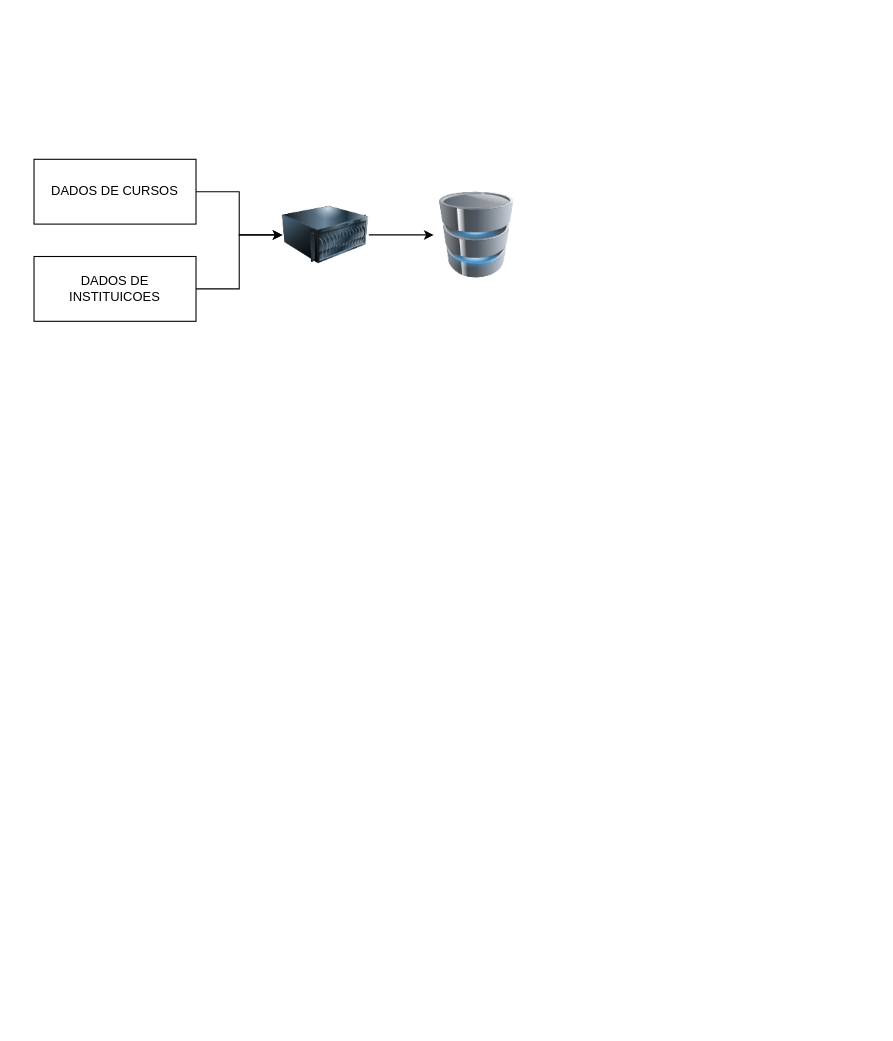
Before: arquitetura/arquitetura.drawio in brunoluz/senac-arquitetura-big-data, a draw.io diagram. Source tidied: cells renumbered, new cells numbered last; positions are measured from the earlier drawing's top-left corner, leaving out a move shared by most shapes. Both pictures are drawn from the tidied source at 108%, with x=0, y=0 at pixel (33, 159).
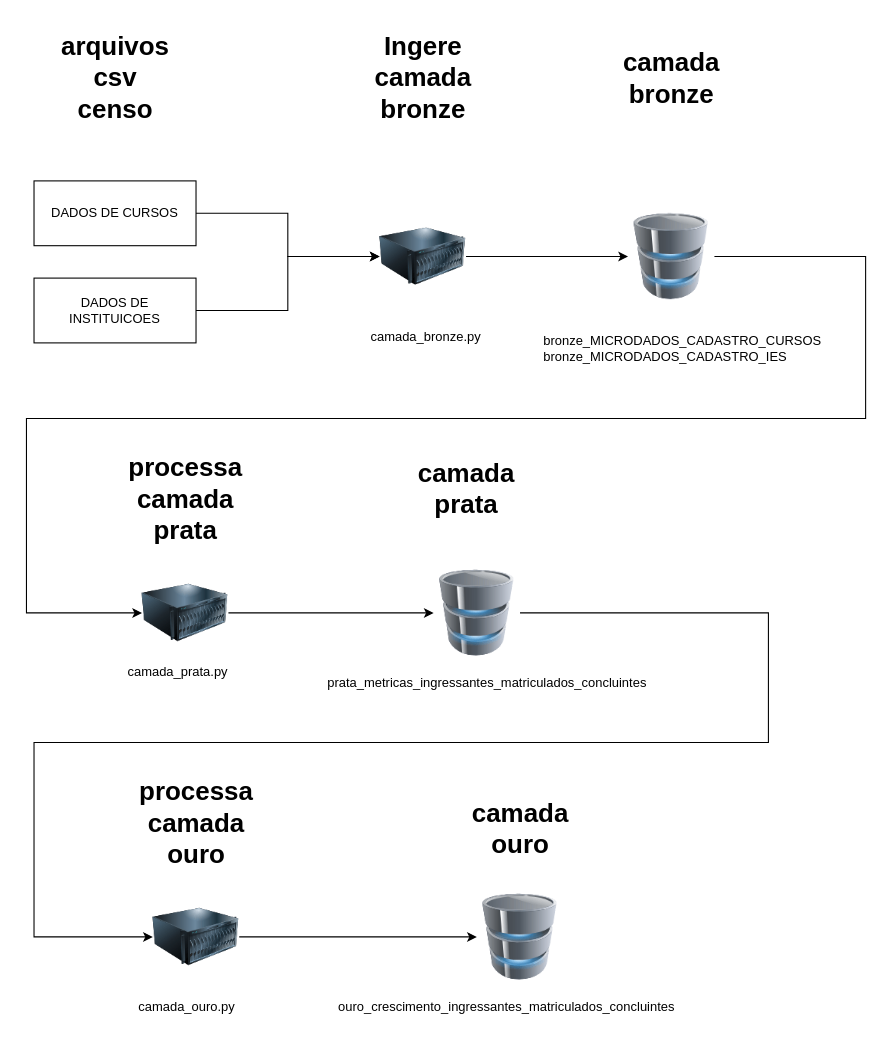
Above is the later version.

What changed in the source:
```diff
@@
     <mxCell id="3" value="DADOS DE CURSOS" style="rounded=0;whiteSpace=wrap;html=1;" parent="1" vertex="1">
-      <mxGeometry width="150" height="60" as="geometry" />
+      <mxGeometry y="20" width="150" height="60" as="geometry" />
     </mxCell>
@@
     <mxCell id="5" value="DADOS DE INSTITUICOES" style="rounded=0;whiteSpace=wrap;html=1;" parent="1" vertex="1">
-      <mxGeometry y="90" width="150" height="60" as="geometry" />
+      <mxGeometry y="110" width="150" height="60" as="geometry" />
     </mxCell>
@@
     <mxCell id="7" style="image;html=1;image=img/lib/clip_art/computers/Server_128x128.png;" parent="1" vertex="1">
-      <mxGeometry x="230" y="30" width="80" height="80" as="geometry" />
+      <mxGeometry x="320" y="50" width="80" height="80" as="geometry" />
     </mxCell>
+    <mxCell id="9" style="edgeStyle=orthogonalEdgeStyle;rounded=0;jettySize=auto;html=1;entryX=0;entryY=0.5;entryDx=0;entryDy=0;exitX=1;exitY=0.5;exitDx=0;exitDy=0;" parent="1" edge="1" source="8" target="16">
+      <mxGeometry relative="1" as="geometry">
+        <Array as="points">
+          <mxPoint x="770" y="90" />
+          <mxPoint x="770" y="240" />
+          <mxPoint x="-7" y="240" />
+          <mxPoint x="-7" y="420" />
+        </Array>
+      </mxGeometry>
+    </mxCell>
     <mxCell id="8" style="image;html=1;image=img/lib/clip_art/computers/Database_128x128.png;" parent="1" vertex="1">
-      <mxGeometry x="370" y="30" width="80" height="80" as="geometry" />
+      <mxGeometry x="550" y="50" width="80" height="80" as="geometry" />
     </mxCell>
+    <mxCell id="10" value="Ingere&lt;br&gt;camada&lt;br&gt;bronze" style="text;strokeColor=none;fillColor=none;html=1;fontSize=24;fontStyle=1;verticalAlign=middle;align=center;" parent="1" vertex="1">
+      <mxGeometry x="310" y="-130" width="100" height="110" as="geometry" />
+    </mxCell>
+    <mxCell id="11" value="arquivos&lt;br&gt;csv&lt;br&gt;censo" style="text;strokeColor=none;fillColor=none;html=1;fontSize=24;fontStyle=1;verticalAlign=middle;align=center;" parent="1" vertex="1">
+      <mxGeometry x="12.5" y="-130" width="125" height="110" as="geometry" />
+    </mxCell>
+    <mxCell id="12" value="camada&lt;br&gt;bronze" style="text;strokeColor=none;fillColor=none;html=1;fontSize=24;fontStyle=1;verticalAlign=middle;align=center;" parent="1" vertex="1">
+      <mxGeometry x="540" y="-130" width="100" height="110" as="geometry" />
+    </mxCell>
+    <mxCell id="13" value="&lt;div&gt;bronze_MICRODADOS_CADASTRO_CURSOS&lt;/div&gt;&lt;div&gt;bronze_MICRODADOS_CADASTRO_IES&lt;/div&gt;" style="text;html=1;strokeColor=none;fillColor=none;align=left;verticalAlign=middle;whiteSpace=wrap;rounded=0;" parent="1" vertex="1">
+      <mxGeometry x="470" y="160" width="280" height="30" as="geometry" />
+    </mxCell>
+    <mxCell id="14" style="edgeStyle=orthogonalEdgeStyle;rounded=0;orthogonalLoop=1;jettySize=auto;html=1;exitX=0.5;exitY=1;exitDx=0;exitDy=0;" parent="1" edge="1" source="13" target="13">
+      <mxGeometry relative="1" as="geometry" />
+    </mxCell>
+    <mxCell id="15" style="edgeStyle=orthogonalEdgeStyle;rounded=0;jettySize=auto;html=1;" parent="1" edge="1" source="16" target="21">
+      <mxGeometry relative="1" as="geometry" />
+    </mxCell>
+    <mxCell id="16" style="image;html=1;image=img/lib/clip_art/computers/Server_128x128.png;" parent="1" vertex="1">
+      <mxGeometry x="100" y="380" width="80" height="80" as="geometry" />
+    </mxCell>
+    <mxCell id="17" value="&lt;div&gt;camada_bronze.py&lt;/div&gt;" style="text;html=1;strokeColor=none;fillColor=none;align=left;verticalAlign=middle;whiteSpace=wrap;rounded=0;" parent="1" vertex="1">
+      <mxGeometry x="310" y="150" width="110" height="30" as="geometry" />
+    </mxCell>
+    <mxCell id="18" value="processa&lt;br&gt;camada&lt;br&gt;prata" style="text;strokeColor=none;fillColor=none;html=1;fontSize=24;fontStyle=1;verticalAlign=middle;align=center;" parent="1" vertex="1">
+      <mxGeometry x="75" y="260" width="130" height="110" as="geometry" />
+    </mxCell>
+    <mxCell id="19" value="&lt;div&gt;camada_prata.py&lt;/div&gt;" style="text;html=1;strokeColor=none;fillColor=none;align=left;verticalAlign=middle;whiteSpace=wrap;rounded=0;" parent="1" vertex="1">
+      <mxGeometry x="85" y="460" width="110" height="30" as="geometry" />
+    </mxCell>
+    <mxCell id="20" style="edgeStyle=orthogonalEdgeStyle;rounded=0;jettySize=auto;html=1;entryX=0;entryY=0.5;entryDx=0;entryDy=0;exitX=1;exitY=0.5;exitDx=0;exitDy=0;" parent="1" edge="1" source="21" target="25">
+      <mxGeometry relative="1" as="geometry">
+        <Array as="points">
+          <mxPoint x="680" y="420" />
+          <mxPoint x="680" y="540" />
+          <mxPoint y="540" />
+          <mxPoint y="720" />
+        </Array>
+      </mxGeometry>
+    </mxCell>
+    <mxCell id="21" style="image;html=1;image=img/lib/clip_art/computers/Database_128x128.png;" parent="1" vertex="1">
+      <mxGeometry x="370" y="380" width="80" height="80" as="geometry" />
+    </mxCell>
+    <mxCell id="22" value="prata_metricas_ingressantes_matriculados_concluintes" style="text;html=1;strokeColor=none;fillColor=none;align=left;verticalAlign=middle;whiteSpace=wrap;rounded=0;" parent="1" vertex="1">
+      <mxGeometry x="270" y="470" width="280" height="30" as="geometry" />
+    </mxCell>
+    <mxCell id="23" value="camada&lt;br&gt;prata" style="text;strokeColor=none;fillColor=none;html=1;fontSize=24;fontStyle=1;verticalAlign=middle;align=center;" parent="1" vertex="1">
+      <mxGeometry x="350" y="250" width="100" height="110" as="geometry" />
+    </mxCell>
+    <mxCell id="24" style="edgeStyle=orthogonalEdgeStyle;rounded=0;jettySize=auto;html=1;" parent="1" edge="1" source="25" target="28">
+      <mxGeometry relative="1" as="geometry" />
+    </mxCell>
+    <mxCell id="25" style="image;html=1;image=img/lib/clip_art/computers/Server_128x128.png;" parent="1" vertex="1">
+      <mxGeometry x="110" y="680" width="80" height="80" as="geometry" />
+    </mxCell>
+    <mxCell id="26" value="processa&lt;br&gt;camada&lt;br&gt;ouro" style="text;strokeColor=none;fillColor=none;html=1;fontSize=24;fontStyle=1;verticalAlign=middle;align=center;" parent="1" vertex="1">
+      <mxGeometry x="85" y="560" width="130" height="110" as="geometry" />
+    </mxCell>
+    <mxCell id="27" value="&lt;div&gt;camada_ouro.py&lt;/div&gt;" style="text;html=1;strokeColor=none;fillColor=none;align=left;verticalAlign=middle;whiteSpace=wrap;rounded=0;" parent="1" vertex="1">
+      <mxGeometry x="95" y="770" width="110" height="30" as="geometry" />
+    </mxCell>
+    <mxCell id="28" style="image;html=1;image=img/lib/clip_art/computers/Database_128x128.png;" parent="1" vertex="1">
+      <mxGeometry x="410" y="680" width="80" height="80" as="geometry" />
+    </mxCell>
+    <mxCell id="29" value="ouro_crescimento_ingressantes_matriculados_concluintes" style="text;html=1;strokeColor=none;fillColor=none;align=left;verticalAlign=middle;whiteSpace=wrap;rounded=0;" parent="1" vertex="1">
+      <mxGeometry x="280" y="770" width="350" height="30" as="geometry" />
+    </mxCell>
+    <mxCell id="30" value="camada&lt;br&gt;ouro" style="text;strokeColor=none;fillColor=none;html=1;fontSize=24;fontStyle=1;verticalAlign=middle;align=center;" parent="1" vertex="1">
+      <mxGeometry x="400" y="580" width="100" height="80" as="geometry" />
+    </mxCell>
```
